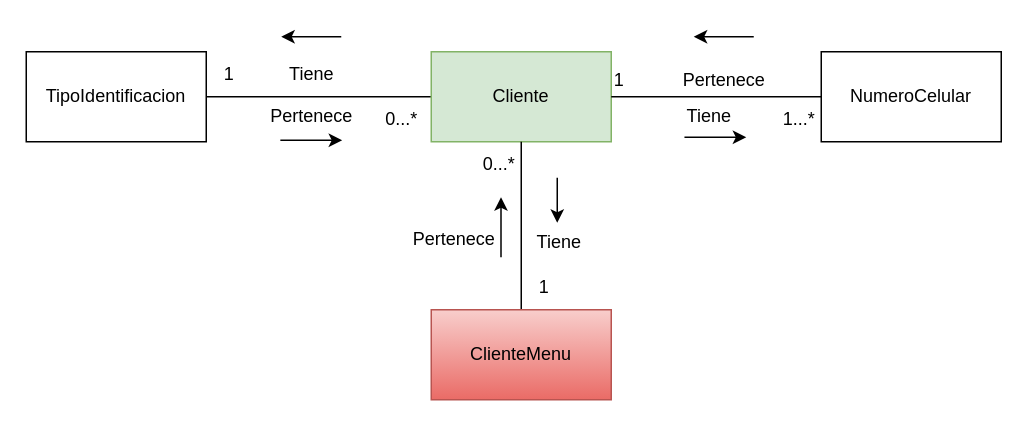
andrescardo98/doo keeps this draw.io diagram as page "Contexto Clientes (Modelo dominio Clientes)" (2 of 12) of Restaurante_Disenio.drawio. Above is the earlier version. Source tidied: cells renumbered, new cells numbered last; positions are measured from the earlier drawing's top-left corner, leaving out a move shared by most shapes. Both pictures are drawn from the tidied source at 150%, with x=0, y=0 at pixel (26, 36).
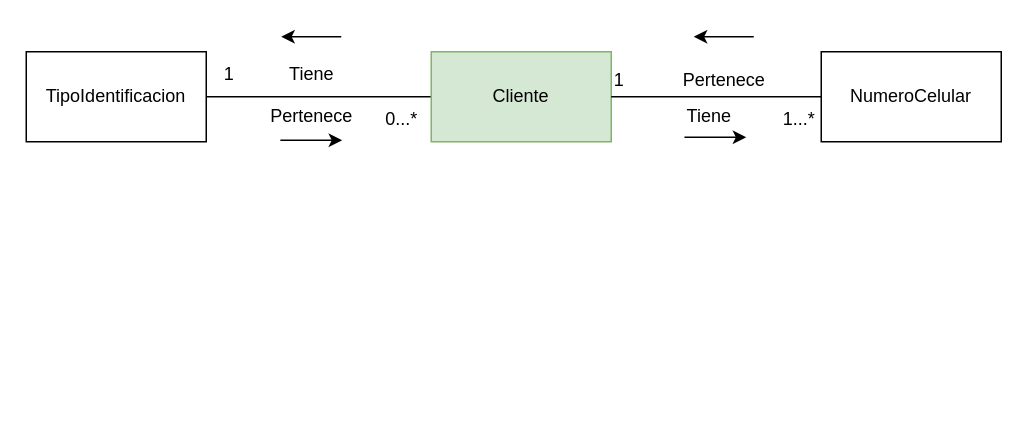
The same diagram, later.

Unchanged cells that the change refers to:
```xml
<mxCell id="3" value="Cliente" style="rounded=0;whiteSpace=wrap;html=1;fillColor=#d5e8d4;strokeColor=#82b366;" parent="1" vertex="1">
  <mxGeometry x="270" y="10" width="120" height="60" as="geometry" />
</mxCell>
```

What changed in the source:
```diff
@@
-    <mxCell id="15" style="edgeStyle=orthogonalEdgeStyle;rounded=0;jettySize=auto;html=1;exitX=0.5;exitY=0;exitDx=0;exitDy=0;entryX=0.5;entryY=1;entryDx=0;entryDy=0;endArrow=none;endFill=0;" parent="1" edge="1" source="16" target="3">
-      <mxGeometry relative="1" as="geometry" />
-    </mxCell>
-    <mxCell id="16" value="ClienteMenu" style="rounded=0;whiteSpace=wrap;html=1;fillColor=#f8cecc;strokeColor=#b85450;gradientColor=#ea6b66;" parent="1" vertex="1">
-      <mxGeometry x="270" y="182" width="120" height="60" as="geometry" />
-    </mxCell>
-    <mxCell id="17" value="Tiene" style="text;html=1;align=center;verticalAlign=middle;strokeColor=none;fillColor=none;" parent="1" vertex="1">
-      <mxGeometry x="330" y="122" width="50" height="30" as="geometry" />
-    </mxCell>
-    <mxCell id="18" style="endArrow=classic;html=1;rounded=0;" parent="1" edge="1">
-      <mxGeometry relative="1" as="geometry">
-        <mxPoint x="354" y="94" as="sourcePoint" />
-        <mxPoint x="354" y="124" as="targetPoint" />
-      </mxGeometry>
-    </mxCell>
-    <mxCell id="19" value="Pertenece" style="text;html=1;align=center;verticalAlign=middle;strokeColor=none;fillColor=none;" parent="1" vertex="1">
-      <mxGeometry x="245" y="120" width="80" height="30" as="geometry" />
-    </mxCell>
-    <mxCell id="20" value="0...*" style="text;html=1;align=center;verticalAlign=middle;strokeColor=none;fillColor=none;" parent="1" vertex="1">
-      <mxGeometry x="295" y="70" width="40" height="30" as="geometry" />
-    </mxCell>
-    <mxCell id="21" value="1" style="text;html=1;align=center;verticalAlign=middle;strokeColor=none;fillColor=none;" parent="1" vertex="1">
-      <mxGeometry x="330" y="152" width="30" height="30" as="geometry" />
-    </mxCell>
@@
-    <mxCell id="26" style="endArrow=classic;html=1;rounded=0;" parent="1" edge="1">
-      <mxGeometry relative="1" as="geometry">
-        <mxPoint x="316.5" y="147" as="sourcePoint" />
-        <mxPoint x="316.5" y="107" as="targetPoint" />
-      </mxGeometry>
-    </mxCell>
```
